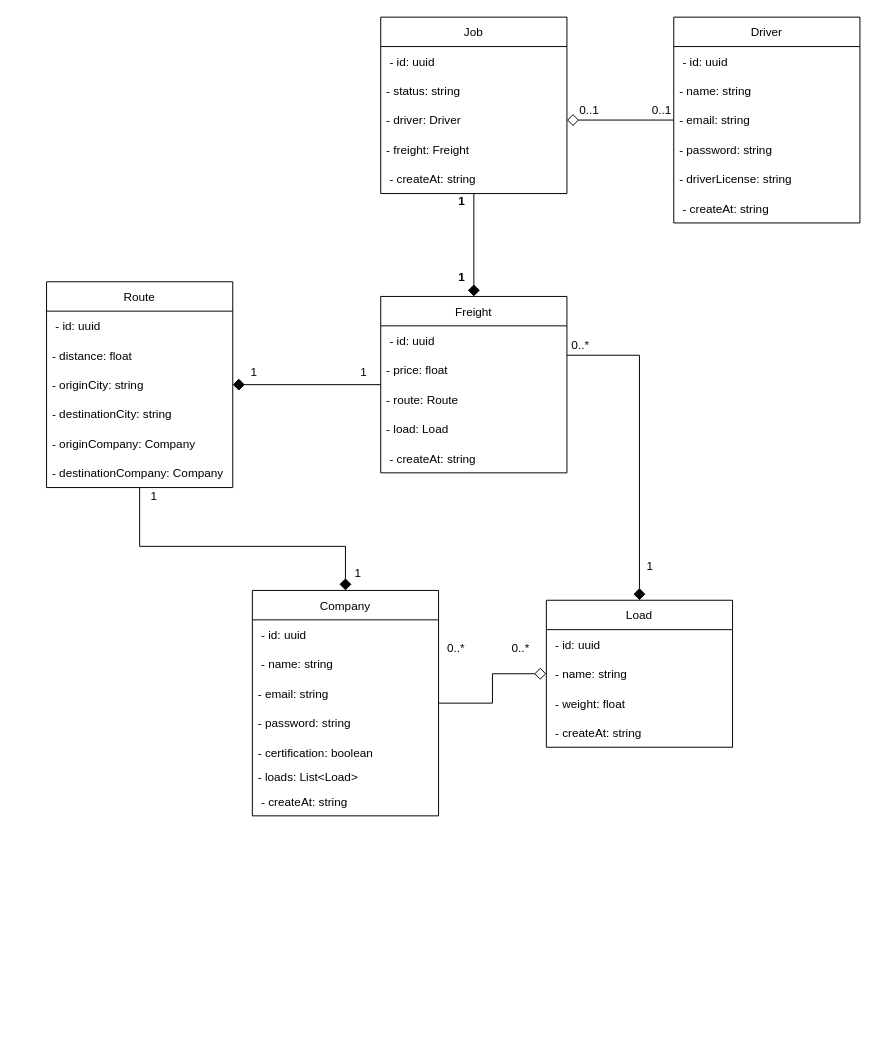
This is page "Diagrama de Clase" (1 of 2) of diagramaDeClasse-TecnologiaEmDesenvolvimentoDeSistemas.drawio from rafaelomodei/meufrete, a draw.io file, before an edit. Source tidied: cells renumbered, new cells numbered last; positions are measured from the earlier drawing's top-left corner, leaving out a move shared by most shapes. Both pictures are drawn from the tidied source at 98%, with x=0, y=0 at pixel (46, 17).
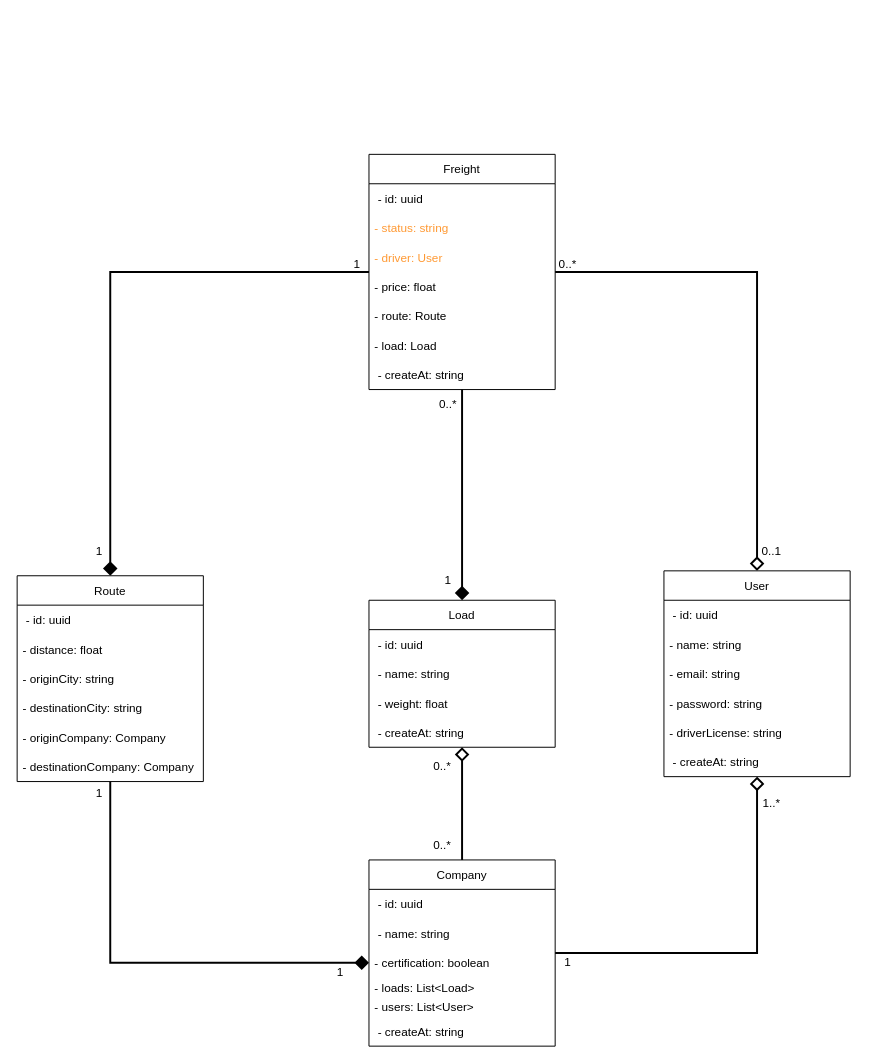
After the change.

The change refers to these unchanged cells:
```xml
<mxCell id="13" value=" - name: string" style="text;strokeColor=none;fillColor=none;align=left;verticalAlign=middle;spacingLeft=4;spacingRight=4;overflow=hidden;points=[[0,0.5],[1,0.5]];portConstraint=eastwest;" parent="11" vertex="1">
  <mxGeometry y="60" width="190" height="30" as="geometry" />
</mxCell>
<mxCell id="28" value="- originCity: string" style="text;strokeColor=none;fillColor=none;align=left;verticalAlign=middle;spacingLeft=4;spacingRight=4;overflow=hidden;points=[[0,0.5],[1,0.5]];portConstraint=eastwest;" parent="25" vertex="1">
  <mxGeometry y="90" width="190" height="30" as="geometry" />
</mxCell>
```

Change to the diagram source:
```diff
@@
-    <mxCell id="2" style="edgeStyle=orthogonalEdgeStyle;rounded=0;jettySize=auto;html=1;endSize=10;endArrow=diamond;endFill=0;" parent="1" edge="1" source="3" target="13">
-      <mxGeometry relative="1" as="geometry" />
-    </mxCell>
+    <mxCell id="59" style="edgeStyle=orthogonalEdgeStyle;rounded=0;jettySize=auto;html=1;strokeWidth=2;fontColor=#FF9933;endArrow=diamond;endFill=0;endSize=10;" parent="1" edge="1" source="3" target="11">
+      <mxGeometry relative="1" as="geometry" />
+    </mxCell>
+    <mxCell id="60" style="edgeStyle=orthogonalEdgeStyle;rounded=0;jettySize=auto;html=1;strokeWidth=2;fontColor=#FF9933;endArrow=diamond;endFill=0;endSize=10;" parent="1" edge="1" source="3" target="40">
+      <mxGeometry relative="1" as="geometry" />
+    </mxCell>
     <mxCell id="3" value="Company" style="swimlane;fontStyle=0;horizontal=1;startSize=30;" parent="1" vertex="1">
-      <mxGeometry x="210" y="585" width="190" height="230" as="geometry" />
+      <mxGeometry x="329" y="860" width="190" height="190" as="geometry" />
     </mxCell>
@@
-    <mxCell id="6" value="- email: string" style="text;strokeColor=none;fillColor=none;align=left;verticalAlign=middle;spacingLeft=4;spacingRight=4;overflow=hidden;" parent="3" vertex="1">
-      <mxGeometry y="90" width="190" height="30" as="geometry" />
-    </mxCell>
-    <mxCell id="7" value="- password: string" style="text;strokeColor=none;fillColor=none;align=left;verticalAlign=middle;spacingLeft=4;spacingRight=4;overflow=hidden;" parent="3" vertex="1">
-      <mxGeometry y="120" width="190" height="30" as="geometry" />
-    </mxCell>
     <mxCell id="8" value="- certification: boolean" style="text;strokeColor=none;fillColor=none;align=left;verticalAlign=middle;spacingLeft=4;spacingRight=4;overflow=hidden;points=[[0,0.5],[1,0.5]];portConstraint=eastwest;" parent="3" vertex="1">
-      <mxGeometry y="150" width="190" height="30" as="geometry" />
+      <mxGeometry y="90" width="190" height="30" as="geometry" />
     </mxCell>
     <mxCell id="9" value="- loads: List&lt;Load&gt;" style="text;strokeColor=none;fillColor=none;align=left;verticalAlign=middle;spacingLeft=4;spacingRight=4;overflow=hidden;" parent="3" vertex="1">
-      <mxGeometry y="180" width="190" height="20" as="geometry" />
+      <mxGeometry y="120" width="190" height="20" as="geometry" />
     </mxCell>
+    <mxCell id="61" value="- users: List&lt;User&gt;" style="text;strokeColor=none;fillColor=none;align=left;verticalAlign=middle;spacingLeft=4;spacingRight=4;overflow=hidden;" parent="3" vertex="1">
+      <mxGeometry y="140" width="190" height="20" as="geometry" />
+    </mxCell>
     <mxCell id="10" value=" - createAt: string" style="text;strokeColor=none;fillColor=none;align=left;verticalAlign=middle;spacingLeft=4;spacingRight=4;overflow=hidden;" parent="3" vertex="1">
-      <mxGeometry y="200" width="190" height="30" as="geometry" />
+      <mxGeometry y="160" width="190" height="30" as="geometry" />
     </mxCell>
     <mxCell id="11" value="Load" style="swimlane;fontStyle=0;horizontal=1;startSize=30;" parent="1" vertex="1">
-      <mxGeometry x="510" y="595" width="190" height="150" as="geometry" />
+      <mxGeometry x="329" y="595" width="190" height="150" as="geometry" />
     </mxCell>
@@
-    <mxCell id="16" style="edgeStyle=orthogonalEdgeStyle;rounded=0;jettySize=auto;html=1;endArrow=diamond;endFill=1;endSize=10;strokeWidth=1;" parent="1" edge="1" source="18" target="11">
-      <mxGeometry relative="1" as="geometry">
-        <Array as="points">
-          <mxPoint x="605" y="345" />
-        </Array>
-      </mxGeometry>
+    <mxCell id="16" style="edgeStyle=orthogonalEdgeStyle;rounded=0;jettySize=auto;html=1;strokeWidth=2;fontColor=#FF9933;endArrow=diamond;endFill=1;endSize=10;" parent="1" edge="1" source="18" target="11">
+      <mxGeometry relative="1" as="geometry" />
     </mxCell>
-    <mxCell id="17" style="edgeStyle=orthogonalEdgeStyle;rounded=0;jettySize=auto;html=1;endArrow=diamond;endFill=1;endSize=10;" parent="1" edge="1" source="18" target="28">
-      <mxGeometry relative="1" as="geometry" />
-    </mxCell>
+    <mxCell id="62" style="edgeStyle=orthogonalEdgeStyle;rounded=0;jettySize=auto;html=1;strokeWidth=2;fontColor=#FF9933;endArrow=diamond;endFill=1;endSize=10;" parent="1" edge="1" source="18" target="25">
+      <mxGeometry relative="1" as="geometry" />
+    </mxCell>
+    <mxCell id="63" style="edgeStyle=orthogonalEdgeStyle;rounded=0;jettySize=auto;html=1;strokeWidth=2;fontColor=#FF9933;endArrow=diamond;endFill=0;endSize=10;" parent="1" edge="1" source="18" target="40">
+      <mxGeometry relative="1" as="geometry" />
+    </mxCell>
     <mxCell id="18" value="Freight" style="swimlane;fontStyle=0;horizontal=1;startSize=30;" parent="1" vertex="1">
-      <mxGeometry x="341" y="285" width="190" height="180" as="geometry" />
+      <mxGeometry x="329" y="140" width="190" height="240" as="geometry" />
     </mxCell>
@@
+    <mxCell id="35" value="- status: string" style="text;strokeColor=none;fillColor=none;align=left;verticalAlign=middle;spacingLeft=4;spacingRight=4;overflow=hidden;labelBackgroundColor=none;fontColor=#FF9933;" parent="18" vertex="1">
+      <mxGeometry y="60" width="190" height="30" as="geometry" />
+    </mxCell>
+    <mxCell id="36" value="- driver: User" style="text;strokeColor=none;fillColor=none;align=left;verticalAlign=middle;spacingLeft=4;spacingRight=4;overflow=hidden;points=[[0,0.5],[1,0.5]];portConstraint=eastwest;fontColor=#FF9933;" parent="18" vertex="1">
+      <mxGeometry y="90" width="190" height="30" as="geometry" />
+    </mxCell>
     <mxCell id="20" value="- price: float" style="text;strokeColor=none;fillColor=none;align=left;verticalAlign=middle;spacingLeft=4;spacingRight=4;overflow=hidden;" parent="18" vertex="1">
-      <mxGeometry y="60" width="190" height="30" as="geometry" />
+      <mxGeometry y="120" width="190" height="30" as="geometry" />
     </mxCell>
     <mxCell id="21" value="- route: Route" style="text;strokeColor=none;fillColor=none;align=left;verticalAlign=middle;spacingLeft=4;spacingRight=4;overflow=hidden;" parent="18" vertex="1">
-      <mxGeometry y="90" width="190" height="30" as="geometry" />
+      <mxGeometry y="150" width="190" height="30" as="geometry" />
     </mxCell>
     <mxCell id="22" value="- load: Load" style="text;strokeColor=none;fillColor=none;align=left;verticalAlign=middle;spacingLeft=4;spacingRight=4;overflow=hidden;" parent="18" vertex="1">
-      <mxGeometry y="120" width="190" height="30" as="geometry" />
+      <mxGeometry y="180" width="190" height="30" as="geometry" />
     </mxCell>
     <mxCell id="23" value=" - createAt: string" style="text;strokeColor=none;fillColor=none;align=left;verticalAlign=middle;spacingLeft=4;spacingRight=4;overflow=hidden;" parent="18" vertex="1">
-      <mxGeometry y="150" width="190" height="30" as="geometry" />
+      <mxGeometry y="210" width="190" height="30" as="geometry" />
     </mxCell>
-    <mxCell id="24" style="edgeStyle=orthogonalEdgeStyle;rounded=0;jettySize=auto;html=1;entryX=0.5;entryY=0;entryDx=0;entryDy=0;endSize=10;endArrow=diamond;endFill=1;" parent="1" edge="1" source="25" target="3">
-      <mxGeometry relative="1" as="geometry">
-        <Array as="points">
-          <mxPoint x="95" y="540" />
-          <mxPoint x="305" y="540" />
-        </Array>
-      </mxGeometry>
-    </mxCell>
+    <mxCell id="64" style="edgeStyle=orthogonalEdgeStyle;rounded=0;jettySize=auto;html=1;entryX=0;entryY=0.5;entryDx=0;entryDy=0;strokeWidth=2;fontColor=#FF9933;endArrow=diamond;endFill=1;endSize=10;" parent="1" edge="1" source="25" target="8">
+      <mxGeometry relative="1" as="geometry" />
+    </mxCell>
     <mxCell id="25" value="Route" style="swimlane;fontStyle=0;horizontal=1;startSize=30;" parent="1" vertex="1">
-      <mxGeometry y="270" width="190" height="210" as="geometry" />
+      <mxGeometry x="-30" y="570" width="190" height="210" as="geometry" />
     </mxCell>
@@
-    <mxCell id="32" style="edgeStyle=orthogonalEdgeStyle;rounded=0;jettySize=auto;html=1;entryX=0.5;entryY=0;entryDx=0;entryDy=0;endArrow=diamond;endFill=1;endSize=10;strokeWidth=1;" parent="1" edge="1" source="33" target="18">
-      <mxGeometry relative="1" as="geometry" />
-    </mxCell>
-    <mxCell id="33" value="Job" style="swimlane;fontStyle=0;horizontal=1;startSize=30;" parent="1" vertex="1">
-      <mxGeometry x="341" width="190" height="180" as="geometry" />
-    </mxCell>
-    <mxCell id="34" value=" - id: uuid" style="text;strokeColor=none;fillColor=none;align=left;verticalAlign=middle;spacingLeft=4;spacingRight=4;overflow=hidden;" parent="33" vertex="1">
-      <mxGeometry y="30" width="190" height="30" as="geometry" />
-    </mxCell>
-    <mxCell id="35" value="- status: string" style="text;strokeColor=none;fillColor=none;align=left;verticalAlign=middle;spacingLeft=4;spacingRight=4;overflow=hidden;" parent="33" vertex="1">
-      <mxGeometry y="60" width="190" height="30" as="geometry" />
-    </mxCell>
-    <mxCell id="36" value="- driver: Driver" style="text;strokeColor=none;fillColor=none;align=left;verticalAlign=middle;spacingLeft=4;spacingRight=4;overflow=hidden;points=[[0,0.5],[1,0.5]];portConstraint=eastwest;" parent="33" vertex="1">
-      <mxGeometry y="90" width="190" height="30" as="geometry" />
-    </mxCell>
-    <mxCell id="37" value="- freight: Freight" style="text;strokeColor=none;fillColor=none;align=left;verticalAlign=middle;spacingLeft=4;spacingRight=4;overflow=hidden;" parent="33" vertex="1">
-      <mxGeometry y="120" width="190" height="30" as="geometry" />
-    </mxCell>
-    <mxCell id="38" value=" - createAt: string" style="text;strokeColor=none;fillColor=none;align=left;verticalAlign=middle;spacingLeft=4;spacingRight=4;overflow=hidden;" parent="33" vertex="1">
-      <mxGeometry y="150" width="190" height="30" as="geometry" />
-    </mxCell>
-    <mxCell id="39" style="edgeStyle=orthogonalEdgeStyle;rounded=0;jettySize=auto;html=1;entryX=1;entryY=0.5;entryDx=0;entryDy=0;endArrow=diamond;endFill=0;endSize=10;strokeWidth=1;" parent="1" edge="1" source="40" target="36">
-      <mxGeometry relative="1" as="geometry" />
-    </mxCell>
-    <mxCell id="40" value="Driver" style="swimlane;fontStyle=0;horizontal=1;startSize=30;" parent="1" vertex="1">
-      <mxGeometry x="640" width="190" height="210" as="geometry" />
+    <mxCell id="40" value="User" style="swimlane;fontStyle=0;horizontal=1;startSize=30;" parent="1" vertex="1">
+      <mxGeometry x="630" y="565" width="190" height="210" as="geometry" />
     </mxCell>
@@
     <mxCell id="47" value="1" style="text;html=1;strokeColor=none;fillColor=none;align=center;verticalAlign=middle;whiteSpace=wrap;rounded=0;" parent="1" vertex="1">
-      <mxGeometry x="202" y="358" width="20" height="10" as="geometry" />
+      <mxGeometry x="307" y="247" width="20" height="10" as="geometry" />
     </mxCell>
-    <mxCell id="48" value="1" style="text;html=1;strokeColor=none;fillColor=none;align=center;verticalAlign=middle;whiteSpace=wrap;rounded=0;" parent="1" vertex="1">
-      <mxGeometry x="314" y="358" width="20" height="10" as="geometry" />
-    </mxCell>
-    <mxCell id="49" value="1" style="text;html=1;strokeColor=none;fillColor=none;align=center;verticalAlign=middle;whiteSpace=wrap;rounded=0;fontStyle=1;" parent="1" vertex="1">
-      <mxGeometry x="414" y="183" width="20" height="10" as="geometry" />
-    </mxCell>
-    <mxCell id="50" value="0..1" style="text;html=1;strokeColor=none;fillColor=none;align=center;verticalAlign=middle;whiteSpace=wrap;rounded=0;" parent="1" vertex="1">
-      <mxGeometry x="544" y="90" width="20" height="10" as="geometry" />
-    </mxCell>
     <mxCell id="51" value="0..1" style="text;html=1;strokeColor=none;fillColor=none;align=center;verticalAlign=middle;whiteSpace=wrap;rounded=0;" parent="1" vertex="1">
-      <mxGeometry x="618" y="90" width="20" height="10" as="geometry" />
+      <mxGeometry x="730" y="540" width="20" height="10" as="geometry" />
     </mxCell>
     <mxCell id="52" value="1" style="text;html=1;strokeColor=none;fillColor=none;align=center;verticalAlign=middle;whiteSpace=wrap;rounded=0;" parent="1" vertex="1">
-      <mxGeometry x="606" y="556" width="20" height="10" as="geometry" />
+      <mxGeometry x="400" y="570" width="20" height="10" as="geometry" />
     </mxCell>
     <mxCell id="53" value="0..*" style="text;html=1;strokeColor=none;fillColor=none;align=center;verticalAlign=middle;whiteSpace=wrap;rounded=0;" parent="1" vertex="1">
-      <mxGeometry x="535" y="330" width="20" height="10" as="geometry" />
+      <mxGeometry x="400" y="390" width="20" height="10" as="geometry" />
     </mxCell>
-    <mxCell id="54" value="1" style="text;html=1;strokeColor=none;fillColor=none;align=center;verticalAlign=middle;whiteSpace=wrap;rounded=0;fontStyle=1;" parent="1" vertex="1">
-      <mxGeometry x="414" y="261" width="20" height="10" as="geometry" />
-    </mxCell>
     <mxCell id="55" value="1" style="text;html=1;strokeColor=none;fillColor=none;align=center;verticalAlign=middle;whiteSpace=wrap;rounded=0;" parent="1" vertex="1">
-      <mxGeometry x="308" y="563" width="20" height="10" as="geometry" />
+      <mxGeometry x="290" y="970" width="20" height="10" as="geometry" />
     </mxCell>
     <mxCell id="56" value="1" style="text;html=1;strokeColor=none;fillColor=none;align=center;verticalAlign=middle;whiteSpace=wrap;rounded=0;" parent="1" vertex="1">
-      <mxGeometry x="100" y="484" width="20" height="10" as="geometry" />
+      <mxGeometry x="44" y="540" width="20" height="10" as="geometry" />
     </mxCell>
     <mxCell id="57" value="0..*" style="text;html=1;strokeColor=none;fillColor=none;align=center;verticalAlign=middle;whiteSpace=wrap;rounded=0;" parent="1" vertex="1">
-      <mxGeometry x="474" y="639" width="20" height="10" as="geometry" />
+      <mxGeometry x="394" y="760" width="20" height="10" as="geometry" />
     </mxCell>
     <mxCell id="58" value="0..*" style="text;html=1;strokeColor=none;fillColor=none;align=center;verticalAlign=middle;whiteSpace=wrap;rounded=0;" parent="1" vertex="1">
-      <mxGeometry x="408" y="639" width="20" height="10" as="geometry" />
+      <mxGeometry x="394" y="840" width="20" height="10" as="geometry" />
     </mxCell>
+    <mxCell id="65" value="1" style="text;html=1;strokeColor=none;fillColor=none;align=center;verticalAlign=middle;whiteSpace=wrap;rounded=0;" parent="1" vertex="1">
+      <mxGeometry x="44" y="787" width="20" height="10" as="geometry" />
+    </mxCell>
+    <mxCell id="66" value="1..*" style="text;html=1;strokeColor=none;fillColor=none;align=center;verticalAlign=middle;whiteSpace=wrap;rounded=0;" parent="1" vertex="1">
+      <mxGeometry x="730" y="797" width="20" height="10" as="geometry" />
+    </mxCell>
+    <mxCell id="67" value="1" style="text;html=1;strokeColor=none;fillColor=none;align=center;verticalAlign=middle;whiteSpace=wrap;rounded=0;" parent="1" vertex="1">
+      <mxGeometry x="522" y="960" width="20" height="10" as="geometry" />
+    </mxCell>
+    <mxCell id="68" value="0..*" style="text;html=1;strokeColor=none;fillColor=none;align=center;verticalAlign=middle;whiteSpace=wrap;rounded=0;" parent="1" vertex="1">
+      <mxGeometry x="522" y="247" width="20" height="10" as="geometry" />
+    </mxCell>
```
